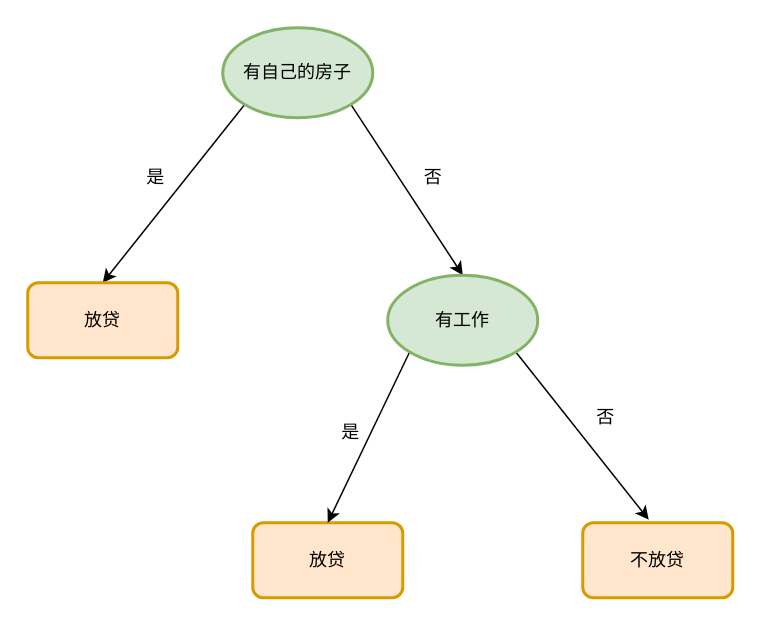
hupidong/draw.io keeps this draw.io diagram as 决策树示意图.drawio. Above is the earlier version. Source tidied: cells renumbered, new cells numbered last; positions are measured from the earlier drawing's top-left corner, leaving out a move shared by most shapes. Both pictures are drawn from the tidied source at 150%, with x=0, y=0 at pixel (27, 27).
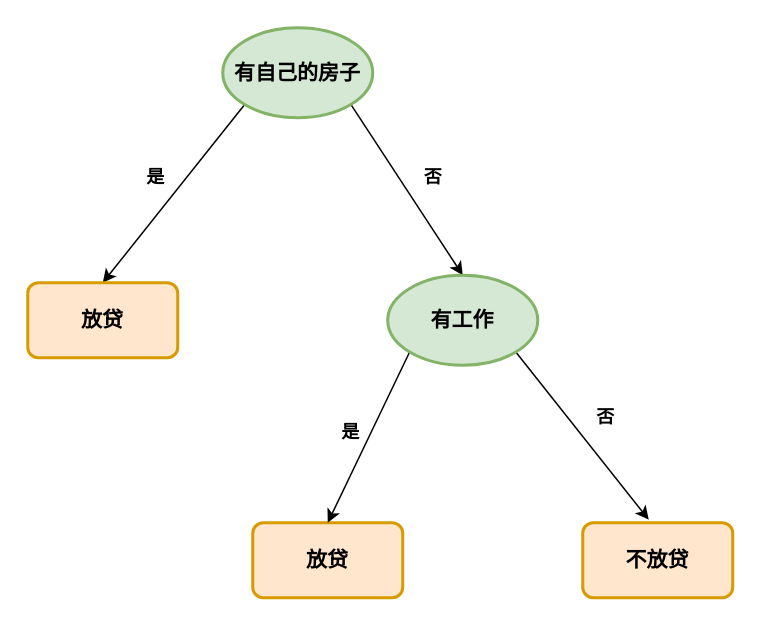
The same diagram, later.

Commit message:
Update 决策树示意图.drawio

Change to the diagram source:
```diff
@@
 <mxGraphModel>
   <root>
     <mxCell id="0" />
     <mxCell id="1" parent="0" />
     <mxCell id="2" style="edgeStyle=none;rounded=0;jettySize=auto;html=1;exitX=0.145;exitY=0.855;exitDx=0;exitDy=0;exitPerimeter=0;entryX=0.5;entryY=0;entryDx=0;entryDy=0;" parent="1" edge="1" source="4" target="5">
       <mxGeometry relative="1" as="geometry" />
     </mxCell>
     <mxCell id="3" style="edgeStyle=none;rounded=0;jettySize=auto;html=1;exitX=0.855;exitY=0.855;exitDx=0;exitDy=0;exitPerimeter=0;entryX=0.5;entryY=0;entryDx=0;entryDy=0;entryPerimeter=0;" parent="1" edge="1" source="4" target="11">
       <mxGeometry relative="1" as="geometry" />
     </mxCell>
-    <mxCell id="4" value="有自己的房子" style="strokeWidth=2;html=1;shape=mxgraph.flowchart.start_1;whiteSpace=wrap;fillColor=#d5e8d4;strokeColor=#82b366;" parent="1" vertex="1">
+    <mxCell id="4" value="&lt;font style=&quot;font-size: 14px;&quot;&gt;&lt;span style=&quot;font-size: 14px;&quot;&gt;有自己的房子&lt;/span&gt;&lt;/font&gt;" style="strokeWidth=2;html=1;shape=mxgraph.flowchart.start_1;whiteSpace=wrap;fillColor=#d5e8d4;strokeColor=#82b366;fontSize=14;fontStyle=1;" parent="1" vertex="1">
       <mxGeometry x="130" width="100" height="60" as="geometry" />
     </mxCell>
-    <mxCell id="5" value="放贷" style="rounded=1;whiteSpace=wrap;html=1;absoluteArcSize=1;arcSize=14;strokeWidth=2;fillColor=#ffe6cc;strokeColor=#d79b00;" parent="1" vertex="1">
+    <mxCell id="5" value="放贷" style="rounded=1;whiteSpace=wrap;html=1;absoluteArcSize=1;arcSize=14;strokeWidth=2;fillColor=#ffe6cc;strokeColor=#d79b00;fontSize=14;fontStyle=1;" parent="1" vertex="1">
       <mxGeometry y="170" width="100" height="50" as="geometry" />
     </mxCell>
-    <mxCell id="6" value="是" style="text;html=1;align=center;verticalAlign=middle;fillColor=none;strokeColor=none;rounded=0;" parent="1" vertex="1">
+    <mxCell id="6" value="是" style="text;html=1;align=center;verticalAlign=middle;fillColor=none;strokeColor=none;rounded=0;fontStyle=1;" parent="1" vertex="1">
       <mxGeometry x="70" y="90" width="30" height="20" as="geometry" />
     </mxCell>
-    <mxCell id="7" value="放贷" style="rounded=1;whiteSpace=wrap;html=1;absoluteArcSize=1;arcSize=14;strokeWidth=2;fillColor=#ffe6cc;strokeColor=#d79b00;" parent="1" vertex="1">
+    <mxCell id="7" value="放贷" style="rounded=1;whiteSpace=wrap;html=1;absoluteArcSize=1;arcSize=14;strokeWidth=2;fillColor=#ffe6cc;strokeColor=#d79b00;fontSize=14;fontStyle=1;" parent="1" vertex="1">
       <mxGeometry x="150" y="330" width="100" height="50" as="geometry" />
     </mxCell>
-    <mxCell id="8" value="否" style="text;html=1;align=center;verticalAlign=middle;fillColor=none;strokeColor=none;rounded=0;" parent="1" vertex="1">
+    <mxCell id="8" value="否" style="text;html=1;align=center;verticalAlign=middle;fillColor=none;strokeColor=none;rounded=0;fontStyle=1;" parent="1" vertex="1">
       <mxGeometry x="255" y="90" width="30" height="20" as="geometry" />
     </mxCell>
     <mxCell id="9" style="edgeStyle=none;rounded=0;jettySize=auto;html=1;exitX=0.145;exitY=0.855;exitDx=0;exitDy=0;exitPerimeter=0;entryX=0.5;entryY=0;entryDx=0;entryDy=0;" parent="1" edge="1" source="11" target="7">
       <mxGeometry relative="1" as="geometry" />
     </mxCell>
     <mxCell id="10" style="edgeStyle=none;rounded=0;jettySize=auto;html=1;exitX=0.855;exitY=0.855;exitDx=0;exitDy=0;exitPerimeter=0;entryX=0.44;entryY=-0.04;entryDx=0;entryDy=0;entryPerimeter=0;" parent="1" edge="1" source="11" target="12">
       <mxGeometry relative="1" as="geometry" />
     </mxCell>
-    <mxCell id="11" value="有工作" style="strokeWidth=2;html=1;shape=mxgraph.flowchart.start_1;whiteSpace=wrap;fillColor=#d5e8d4;strokeColor=#82b366;" parent="1" vertex="1">
+    <mxCell id="11" value="有工作" style="strokeWidth=2;html=1;shape=mxgraph.flowchart.start_1;whiteSpace=wrap;fillColor=#d5e8d4;strokeColor=#82b366;fontSize=14;fontStyle=1;" parent="1" vertex="1">
       <mxGeometry x="240" y="165" width="100" height="60" as="geometry" />
     </mxCell>
-    <mxCell id="12" value="不放贷" style="rounded=1;whiteSpace=wrap;html=1;absoluteArcSize=1;arcSize=14;strokeWidth=2;fillColor=#ffe6cc;strokeColor=#d79b00;" parent="1" vertex="1">
+    <mxCell id="12" value="不放贷" style="rounded=1;whiteSpace=wrap;html=1;absoluteArcSize=1;arcSize=14;strokeWidth=2;fillColor=#ffe6cc;strokeColor=#d79b00;fontSize=14;fontStyle=1;" parent="1" vertex="1">
       <mxGeometry x="370" y="330" width="100" height="50" as="geometry" />
     </mxCell>
-    <mxCell id="13" value="是" style="text;html=1;align=center;verticalAlign=middle;fillColor=none;strokeColor=none;rounded=0;" parent="1" vertex="1">
+    <mxCell id="13" value="是" style="text;html=1;align=center;verticalAlign=middle;fillColor=none;strokeColor=none;rounded=0;fontStyle=1;" parent="1" vertex="1">
       <mxGeometry x="200" y="260" width="30" height="20" as="geometry" />
     </mxCell>
-    <mxCell id="14" value="否" style="text;html=1;align=center;verticalAlign=middle;fillColor=none;strokeColor=none;rounded=0;" parent="1" vertex="1">
+    <mxCell id="14" value="否" style="text;html=1;align=center;verticalAlign=middle;fillColor=none;strokeColor=none;rounded=0;fontStyle=1;" parent="1" vertex="1">
       <mxGeometry x="370" y="250" width="30" height="20" as="geometry" />
     </mxCell>
   </root>
 </mxGraphModel>
```
